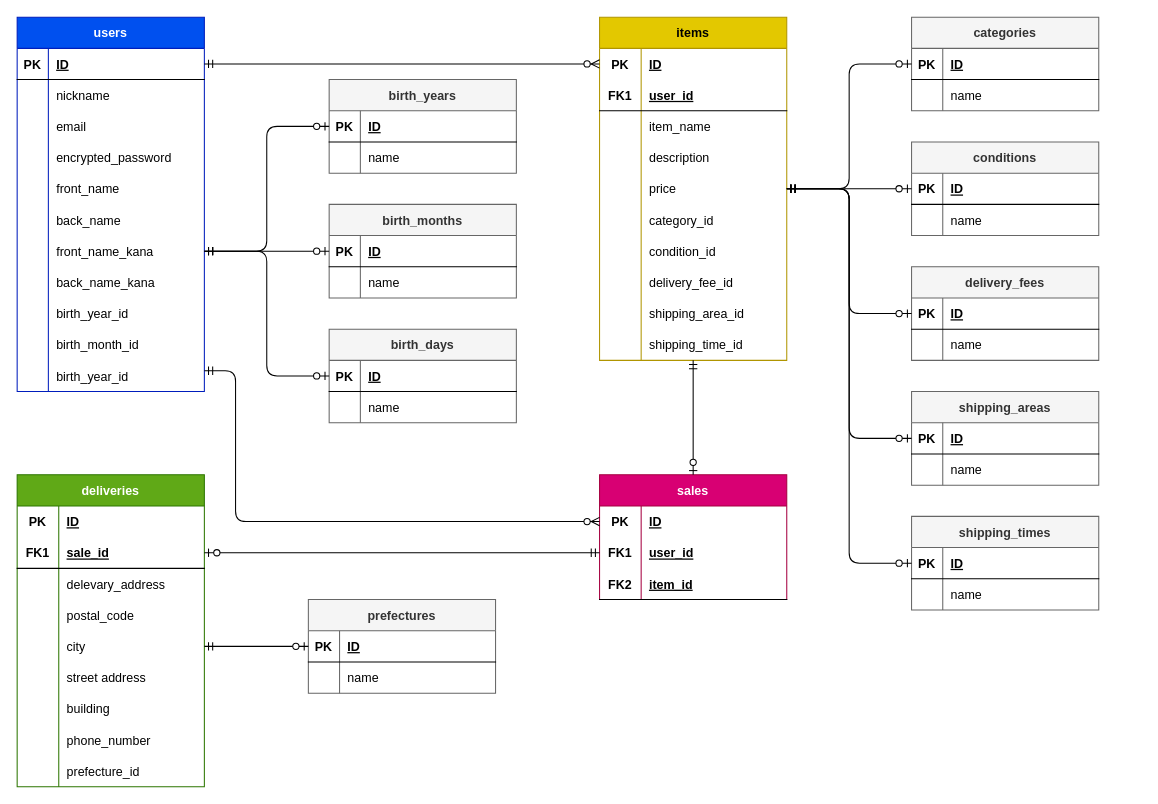
Earlier version of the draw.io diagram furima.dio (OtsukiMana-2003tech/furima-40808). Source tidied: cells renumbered, new cells numbered last; positions are measured from the earlier drawing's top-left corner, leaving out a move shared by most shapes. Both pictures are drawn from the tidied source at 104%, with x=0, y=0 at pixel (17, 17).
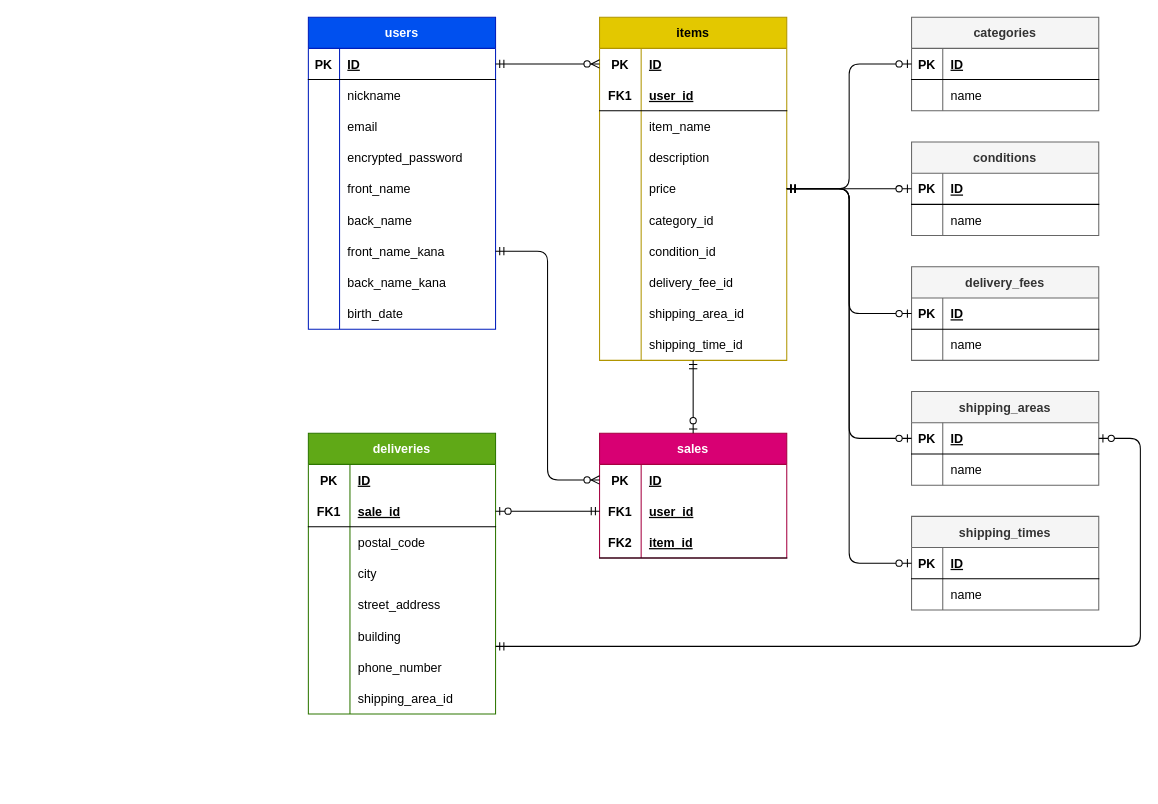
Above is the later version.

Commit message (it also covers changes not shown here):
Modifying the database design_20240604

Unchanged cells that the change refers to:
```xml
<mxCell id="21" style="shape=tableRow;horizontal=0;startSize=0;swimlaneHead=0;swimlaneBody=0;fillColor=none;points=[[0,0.5],[1,0.5]];portConstraint=eastwest;top=0;left=0;right=0;bottom=0;" parent="2" vertex="1">
  <mxGeometry y="210" width="180" height="30" as="geometry" />
</mxCell>
<mxCell id="27" style="shape=tableRow;horizontal=0;startSize=0;swimlaneHead=0;swimlaneBody=0;fillColor=none;top=0;left=0;right=0;bottom=0;" parent="2" vertex="1">
  <mxGeometry y="270" width="180" height="30" as="geometry" />
</mxCell>
<mxCell id="68" style="shape=tableRow;horizontal=0;startSize=0;swimlaneHead=0;swimlaneBody=0;fillColor=none;points=[[0,0.5],[1,0.5]];portConstraint=eastwest;top=0;left=0;right=0;bottom=0;" parent="67" vertex="1">
  <mxGeometry y="30" width="180" height="30" as="geometry" />
</mxCell>
<mxCell id="148" style="shape=tableRow;horizontal=0;startSize=0;swimlaneHead=0;swimlaneBody=0;fillColor=none;points=[[0,0.5],[1,0.5]];portConstraint=eastwest;top=0;left=0;right=0;bottom=1;" parent="147" vertex="1">
  <mxGeometry y="30" width="180" height="30" as="geometry" />
</mxCell>
```

Diff of the diagram source:
```diff
@@
     <mxCell id="2" value="users" style="shape=table;startSize=30;childLayout=tableLayout;rowLines=0;fontStyle=1;align=center;fillColor=#0050ef;fontColor=#ffffff;strokeColor=#001DBC;" parent="1" vertex="1">
-      <mxGeometry width="180" height="360" as="geometry" />
+      <mxGeometry x="280" width="180" height="300" as="geometry" />
     </mxCell>
@@
-    <mxCell id="29" value="birth_year_id" style="shape=partialRectangle;fillColor=none;top=0;left=0;bottom=0;right=0;align=left;spacingLeft=6;overflow=hidden;" parent="27" vertex="1">
+    <mxCell id="29" value="birth_date" style="shape=partialRectangle;fillColor=none;top=0;left=0;bottom=0;right=0;align=left;spacingLeft=6;overflow=hidden;" parent="27" vertex="1">
       <mxGeometry x="30" width="150" height="30" as="geometry" />
     </mxCell>
-    <mxCell id="30" style="shape=tableRow;horizontal=0;startSize=0;swimlaneHead=0;swimlaneBody=0;fillColor=none;top=0;left=0;right=0;bottom=0;" parent="2" vertex="1">
-      <mxGeometry y="300" width="180" height="30" as="geometry" />
-    </mxCell>
-    <mxCell id="31" style="shape=partialRectangle;fillColor=none;top=0;left=0;bottom=0;right=0;overflow=hidden;" parent="30" vertex="1">
-      <mxGeometry width="30" height="30" as="geometry" />
-    </mxCell>
-    <mxCell id="32" value="birth_month_id" style="shape=partialRectangle;fillColor=none;top=0;left=0;bottom=0;right=0;align=left;spacingLeft=6;overflow=hidden;" parent="30" vertex="1">
-      <mxGeometry x="30" width="150" height="30" as="geometry" />
-    </mxCell>
-    <mxCell id="33" style="shape=tableRow;horizontal=0;startSize=0;swimlaneHead=0;swimlaneBody=0;fillColor=none;top=0;left=0;right=0;bottom=0;" parent="2" vertex="1">
-      <mxGeometry y="330" width="180" height="30" as="geometry" />
-    </mxCell>
-    <mxCell id="34" style="shape=partialRectangle;fillColor=none;top=0;left=0;bottom=0;right=0;overflow=hidden;" parent="33" vertex="1">
-      <mxGeometry width="30" height="30" as="geometry" />
-    </mxCell>
-    <mxCell id="35" value="birth_year_id" style="shape=partialRectangle;fillColor=none;top=0;left=0;bottom=0;right=0;align=left;spacingLeft=6;overflow=hidden;" parent="33" vertex="1">
-      <mxGeometry x="30" width="150" height="30" as="geometry" />
-    </mxCell>
@@
     <mxCell id="67" value="sales" style="shape=table;startSize=30;childLayout=tableLayout;rowLines=0;fontStyle=1;align=center;fillColor=#d80073;fontColor=#ffffff;strokeColor=#A50040;" parent="1" vertex="1">
-      <mxGeometry x="560" y="440" width="180" height="120" as="geometry" />
+      <mxGeometry x="560" y="400" width="180" height="120" as="geometry" />
     </mxCell>
@@
     <mxCell id="77" value="deliveries" style="shape=table;startSize=30;childLayout=tableLayout;rowLines=0;fontStyle=1;align=center;fillColor=#60a917;fontColor=#ffffff;strokeColor=#2D7600;" parent="1" vertex="1">
-      <mxGeometry y="440" width="180" height="300" as="geometry" />
+      <mxGeometry x="280" y="400" width="180" height="270" as="geometry" />
     </mxCell>
@@
-    <mxCell id="84" style="shape=tableRow;horizontal=0;startSize=0;swimlaneHead=0;swimlaneBody=0;fillColor=none;top=0;left=0;right=0;bottom=0;" parent="77" vertex="1">
-      <mxGeometry y="90" width="180" height="30" as="geometry" />
-    </mxCell>
-    <mxCell id="85" style="shape=partialRectangle;fillColor=none;top=0;left=0;bottom=0;right=0;overflow=hidden;" parent="84" vertex="1">
-      <mxGeometry width="40" height="30" as="geometry" />
-    </mxCell>
-    <mxCell id="86" value="delevary_address" style="shape=partialRectangle;fillColor=none;top=0;left=0;bottom=0;right=0;align=left;spacingLeft=6;overflow=hidden;" parent="84" vertex="1">
-      <mxGeometry x="40" width="140" height="30" as="geometry" />
-    </mxCell>
     <mxCell id="87" style="shape=tableRow;horizontal=0;startSize=0;swimlaneHead=0;swimlaneBody=0;fillColor=none;top=0;left=0;right=0;bottom=0;" parent="77" vertex="1">
-      <mxGeometry y="120" width="180" height="30" as="geometry" />
+      <mxGeometry y="90" width="180" height="30" as="geometry" />
     </mxCell>
@@
     <mxCell id="90" style="shape=tableRow;horizontal=0;startSize=0;swimlaneHead=0;swimlaneBody=0;fillColor=none;points=[[0,0.5],[1,0.5]];portConstraint=eastwest;top=0;left=0;right=0;bottom=0;" parent="77" vertex="1">
-      <mxGeometry y="150" width="180" height="30" as="geometry" />
+      <mxGeometry y="120" width="180" height="30" as="geometry" />
     </mxCell>
@@
     <mxCell id="93" style="shape=tableRow;horizontal=0;startSize=0;swimlaneHead=0;swimlaneBody=0;fillColor=none;top=0;left=0;right=0;bottom=0;" parent="77" vertex="1">
-      <mxGeometry y="180" width="180" height="30" as="geometry" />
+      <mxGeometry y="150" width="180" height="30" as="geometry" />
     </mxCell>
@@
-    <mxCell id="95" value="street address" style="shape=partialRectangle;fillColor=none;top=0;left=0;bottom=0;right=0;align=left;spacingLeft=6;overflow=hidden;" parent="93" vertex="1">
+    <mxCell id="95" value="street_address" style="shape=partialRectangle;fillColor=none;top=0;left=0;bottom=0;right=0;align=left;spacingLeft=6;overflow=hidden;" parent="93" vertex="1">
       <mxGeometry x="40" width="140" height="30" as="geometry" />
     </mxCell>
     <mxCell id="96" style="shape=tableRow;horizontal=0;startSize=0;swimlaneHead=0;swimlaneBody=0;fillColor=none;top=0;left=0;right=0;bottom=0;" parent="77" vertex="1">
-      <mxGeometry y="210" width="180" height="30" as="geometry" />
+      <mxGeometry y="180" width="180" height="30" as="geometry" />
     </mxCell>
@@
     <mxCell id="99" style="shape=tableRow;horizontal=0;startSize=0;swimlaneHead=0;swimlaneBody=0;fillColor=none;top=0;left=0;right=0;bottom=0;" parent="77" vertex="1">
-      <mxGeometry y="240" width="180" height="30" as="geometry" />
+      <mxGeometry y="210" width="180" height="30" as="geometry" />
     </mxCell>
@@
     <mxCell id="102" style="shape=tableRow;horizontal=0;startSize=0;swimlaneHead=0;swimlaneBody=0;fillColor=none;top=0;left=0;right=0;bottom=0;" parent="77" vertex="1">
-      <mxGeometry y="270" width="180" height="30" as="geometry" />
+      <mxGeometry y="240" width="180" height="30" as="geometry" />
     </mxCell>
@@
-    <mxCell id="104" value="prefecture_id" style="shape=partialRectangle;fillColor=none;top=0;left=0;bottom=0;right=0;align=left;spacingLeft=6;overflow=hidden;" parent="102" vertex="1">
+    <mxCell id="104" value="shipping_area_id" style="shape=partialRectangle;fillColor=none;top=0;left=0;bottom=0;right=0;align=left;spacingLeft=6;overflow=hidden;" parent="102" vertex="1">
       <mxGeometry x="40" width="140" height="30" as="geometry" />
     </mxCell>
-    <mxCell id="105" value="birth_years" style="shape=table;startSize=30;childLayout=tableLayout;rowLines=0;fontStyle=1;align=center;fillColor=#f5f5f5;strokeColor=#666666;fontColor=#333333;" parent="1" vertex="1">
-      <mxGeometry x="300" y="60" width="180" height="90" as="geometry" />
-    </mxCell>
-    <mxCell id="106" style="shape=tableRow;horizontal=0;startSize=0;swimlaneHead=0;swimlaneBody=0;fillColor=none;points=[[0,0.5],[1,0.5]];portConstraint=eastwest;top=0;left=0;right=0;bottom=1;" parent="105" vertex="1">
-      <mxGeometry y="30" width="180" height="30" as="geometry" />
-    </mxCell>
-    <mxCell id="107" value="PK" style="shape=partialRectangle;fillColor=none;top=0;left=0;bottom=0;right=0;fontStyle=1;overflow=hidden;" parent="106" vertex="1">
-      <mxGeometry width="30" height="30" as="geometry" />
-    </mxCell>
-    <mxCell id="108" value="ID" style="shape=partialRectangle;fillColor=none;top=0;left=0;bottom=0;right=0;align=left;spacingLeft=6;fontStyle=5;overflow=hidden;" parent="106" vertex="1">
-      <mxGeometry x="30" width="150" height="30" as="geometry" />
-    </mxCell>
-    <mxCell id="109" style="shape=tableRow;horizontal=0;startSize=0;swimlaneHead=0;swimlaneBody=0;fillColor=none;top=0;left=0;right=0;bottom=0;" parent="105" vertex="1">
-      <mxGeometry y="60" width="180" height="30" as="geometry" />
-    </mxCell>
-    <mxCell id="110" style="shape=partialRectangle;fillColor=none;top=0;left=0;bottom=0;right=0;overflow=hidden;" parent="109" vertex="1">
-      <mxGeometry width="30" height="30" as="geometry" />
-    </mxCell>
-    <mxCell id="111" value="name" style="shape=partialRectangle;fillColor=none;top=0;left=0;bottom=0;right=0;align=left;spacingLeft=6;overflow=hidden;" parent="109" vertex="1">
-      <mxGeometry x="30" width="150" height="30" as="geometry" />
-    </mxCell>
-    <mxCell id="112" value="birth_months" style="shape=table;startSize=30;childLayout=tableLayout;rowLines=0;fontStyle=1;align=center;fillColor=#f5f5f5;strokeColor=#666666;fontColor=#333333;" parent="1" vertex="1">
-      <mxGeometry x="300" y="180" width="180" height="90" as="geometry" />
-    </mxCell>
-    <mxCell id="113" style="shape=tableRow;horizontal=0;startSize=0;swimlaneHead=0;swimlaneBody=0;fillColor=none;points=[[0,0.5],[1,0.5]];portConstraint=eastwest;top=0;left=0;right=0;bottom=1;" parent="112" vertex="1">
-      <mxGeometry y="30" width="180" height="30" as="geometry" />
-    </mxCell>
-    <mxCell id="114" value="PK" style="shape=partialRectangle;fillColor=none;top=0;left=0;bottom=0;right=0;fontStyle=1;overflow=hidden;" parent="113" vertex="1">
-      <mxGeometry width="30" height="30" as="geometry" />
-    </mxCell>
-    <mxCell id="115" value="ID" style="shape=partialRectangle;fillColor=none;top=0;left=0;bottom=0;right=0;align=left;spacingLeft=6;fontStyle=5;overflow=hidden;" parent="113" vertex="1">
-      <mxGeometry x="30" width="150" height="30" as="geometry" />
-    </mxCell>
-    <mxCell id="116" style="shape=tableRow;horizontal=0;startSize=0;swimlaneHead=0;swimlaneBody=0;fillColor=none;top=0;left=0;right=0;bottom=0;" parent="112" vertex="1">
-      <mxGeometry y="60" width="180" height="30" as="geometry" />
-    </mxCell>
-    <mxCell id="117" style="shape=partialRectangle;fillColor=none;top=0;left=0;bottom=0;right=0;overflow=hidden;" parent="116" vertex="1">
-      <mxGeometry width="30" height="30" as="geometry" />
-    </mxCell>
-    <mxCell id="118" value="name" style="shape=partialRectangle;fillColor=none;top=0;left=0;bottom=0;right=0;align=left;spacingLeft=6;overflow=hidden;" parent="116" vertex="1">
-      <mxGeometry x="30" width="150" height="30" as="geometry" />
-    </mxCell>
-    <mxCell id="119" value="birth_days" style="shape=table;startSize=30;childLayout=tableLayout;rowLines=0;fontStyle=1;align=center;fillColor=#f5f5f5;strokeColor=#666666;fontColor=#333333;" parent="1" vertex="1">
-      <mxGeometry x="300" y="300" width="180" height="90" as="geometry" />
-    </mxCell>
-    <mxCell id="120" style="shape=tableRow;horizontal=0;startSize=0;swimlaneHead=0;swimlaneBody=0;fillColor=none;points=[[0,0.5],[1,0.5]];portConstraint=eastwest;top=0;left=0;right=0;bottom=1;" parent="119" vertex="1">
-      <mxGeometry y="30" width="180" height="30" as="geometry" />
-    </mxCell>
-    <mxCell id="121" value="PK" style="shape=partialRectangle;fillColor=none;top=0;left=0;bottom=0;right=0;fontStyle=1;overflow=hidden;" parent="120" vertex="1">
-      <mxGeometry width="30" height="30" as="geometry" />
-    </mxCell>
-    <mxCell id="122" value="ID" style="shape=partialRectangle;fillColor=none;top=0;left=0;bottom=0;right=0;align=left;spacingLeft=6;fontStyle=5;overflow=hidden;" parent="120" vertex="1">
-      <mxGeometry x="30" width="150" height="30" as="geometry" />
-    </mxCell>
-    <mxCell id="123" style="shape=tableRow;horizontal=0;startSize=0;swimlaneHead=0;swimlaneBody=0;fillColor=none;top=0;left=0;right=0;bottom=0;" parent="119" vertex="1">
-      <mxGeometry y="60" width="180" height="30" as="geometry" />
-    </mxCell>
-    <mxCell id="124" style="shape=partialRectangle;fillColor=none;top=0;left=0;bottom=0;right=0;overflow=hidden;" parent="123" vertex="1">
-      <mxGeometry width="30" height="30" as="geometry" />
-    </mxCell>
-    <mxCell id="125" value="name" style="shape=partialRectangle;fillColor=none;top=0;left=0;bottom=0;right=0;align=left;spacingLeft=6;overflow=hidden;" parent="123" vertex="1">
-      <mxGeometry x="30" width="150" height="30" as="geometry" />
-    </mxCell>
@@
-    <mxCell id="161" value="prefectures" style="shape=table;startSize=30;childLayout=tableLayout;rowLines=0;fontStyle=1;align=center;fillColor=#f5f5f5;strokeColor=#666666;fontColor=#333333;" parent="1" vertex="1">
-      <mxGeometry x="280" y="560" width="180" height="90" as="geometry" />
-    </mxCell>
-    <mxCell id="162" style="shape=tableRow;horizontal=0;startSize=0;swimlaneHead=0;swimlaneBody=0;fillColor=none;points=[[0,0.5],[1,0.5]];portConstraint=eastwest;top=0;left=0;right=0;bottom=1;" parent="161" vertex="1">
-      <mxGeometry y="30" width="180" height="30" as="geometry" />
-    </mxCell>
-    <mxCell id="163" value="PK" style="shape=partialRectangle;fillColor=none;top=0;left=0;bottom=0;right=0;fontStyle=1;overflow=hidden;" parent="162" vertex="1">
-      <mxGeometry width="30" height="30" as="geometry" />
-    </mxCell>
-    <mxCell id="164" value="ID" style="shape=partialRectangle;fillColor=none;top=0;left=0;bottom=0;right=0;align=left;spacingLeft=6;fontStyle=5;overflow=hidden;" parent="162" vertex="1">
-      <mxGeometry x="30" width="150" height="30" as="geometry" />
-    </mxCell>
-    <mxCell id="165" style="shape=tableRow;horizontal=0;startSize=0;swimlaneHead=0;swimlaneBody=0;fillColor=none;top=0;left=0;right=0;bottom=0;" parent="161" vertex="1">
-      <mxGeometry y="60" width="180" height="30" as="geometry" />
-    </mxCell>
-    <mxCell id="166" style="shape=partialRectangle;fillColor=none;top=0;left=0;bottom=0;right=0;overflow=hidden;" parent="165" vertex="1">
-      <mxGeometry width="30" height="30" as="geometry" />
-    </mxCell>
-    <mxCell id="167" value="name" style="shape=partialRectangle;fillColor=none;top=0;left=0;bottom=0;right=0;align=left;spacingLeft=6;overflow=hidden;" parent="165" vertex="1">
-      <mxGeometry x="30" width="150" height="30" as="geometry" />
-    </mxCell>
@@
-    <mxCell id="169" style="edgeStyle=elbowEdgeStyle;fontSize=12;html=1;endArrow=ERzeroToOne;startArrow=ERmandOne;entryX=0;entryY=0.5;entryDx=0;entryDy=0;exitX=1;exitY=0.5;exitDx=0;exitDy=0;" parent="1" edge="1" source="21" target="106">
-      <mxGeometry relative="1" as="geometry" />
-    </mxCell>
-    <mxCell id="170" style="edgeStyle=elbowEdgeStyle;fontSize=12;html=1;endArrow=ERzeroToOne;startArrow=ERmandOne;entryX=0;entryY=0.5;entryDx=0;entryDy=0;exitX=1;exitY=0.5;exitDx=0;exitDy=0;" parent="1" edge="1" source="21" target="113">
-      <mxGeometry relative="1" as="geometry">
-        <Array as="points">
-          <mxPoint x="240" y="230" />
-        </Array>
-      </mxGeometry>
-    </mxCell>
-    <mxCell id="171" style="edgeStyle=elbowEdgeStyle;fontSize=12;html=1;endArrow=ERzeroToOne;startArrow=ERmandOne;entryX=0;entryY=0.5;entryDx=0;entryDy=0;exitX=1;exitY=0.5;exitDx=0;exitDy=0;" parent="1" edge="1" source="21" target="120">
-      <mxGeometry relative="1" as="geometry" />
-    </mxCell>
@@
-    <mxCell id="177" style="edgeStyle=elbowEdgeStyle;fontSize=12;html=1;endArrow=ERzeroToMany;startArrow=ERmandOne;entryX=0;entryY=0.5;entryDx=0;entryDy=0;" parent="1" edge="1" target="68">
+    <mxCell id="177" style="edgeStyle=elbowEdgeStyle;fontSize=12;html=1;endArrow=ERzeroToMany;startArrow=ERmandOne;entryX=0;entryY=0.5;entryDx=0;entryDy=0;exitX=1;exitY=0.5;exitDx=0;exitDy=0;" parent="1" edge="1" source="21" target="68">
       <mxGeometry relative="1" as="geometry">
-        <mxPoint x="180" y="340" as="sourcePoint" />
         <Array as="points">
-          <mxPoint x="210" y="410" />
+          <mxPoint x="510" y="350" />
         </Array>
       </mxGeometry>
     </mxCell>
@@
-    <mxCell id="179" style="edgeStyle=entityRelationEdgeStyle;fontSize=12;html=1;endArrow=ERzeroToOne;startArrow=ERmandOne;entryX=0;entryY=0.5;entryDx=0;entryDy=0;exitX=1;exitY=0.5;exitDx=0;exitDy=0;" parent="1" edge="1" source="90" target="162">
-      <mxGeometry relative="1" as="geometry" />
+    <mxCell id="179" style="edgeStyle=orthogonalEdgeStyle;fontSize=12;html=1;endArrow=ERzeroToOne;startArrow=ERmandOne;entryX=1;entryY=0.5;entryDx=0;entryDy=0;" parent="1" edge="1" target="148">
+      <mxGeometry relative="1" as="geometry">
+        <mxPoint x="460" y="605" as="sourcePoint" />
+        <Array as="points">
+          <mxPoint x="1080" y="605" />
+          <mxPoint x="1080" y="405" />
+        </Array>
+      </mxGeometry>
     </mxCell>
```
